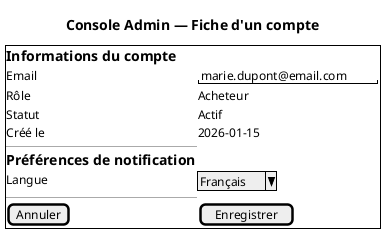
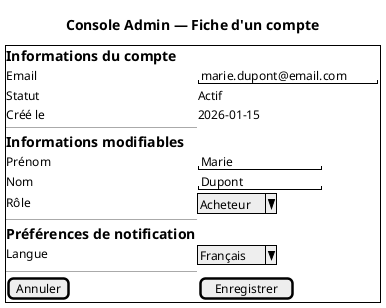
@startsalt ihm-admin-detail-compte
' Composant PA : front-admin (Console Administrateur)
- ' Fonctions allouées : Service Compte — FS-A01, FS-A06 (modifier langue de notification — CS-10)
+ ' Fonctions allouées : Service Compte — FS-A01, FS-A02, FS-A06 (modifier compte — CS-10)
title Console Admin — Fiche d'un compte

{+
  == Informations du compte
  Email   | "marie.dupont@email.com"
-   Rôle    | Acheteur
  Statut  | Actif
  Créé le | 2026-01-15
+   --
+   == Informations modifiables
+   Prénom  | "Marie          "
+   Nom     | "Dupont         "
+   Rôle    | ^Acheteur^
  --
  == Préférences de notification
  Langue  | ^Français^
  --
  [Annuler]                    | [Enregistrer]
}
@endsalt
